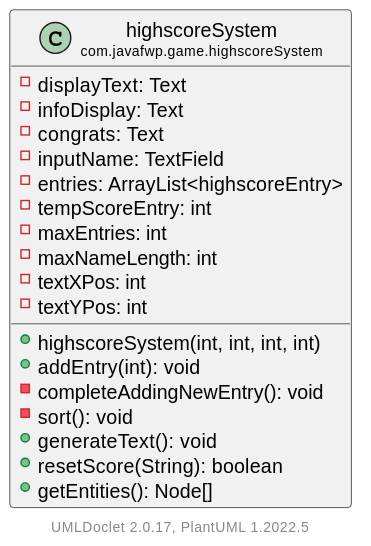
The PlantUML diagram javadoc/apidocs/com/javafwp/game/highscoreSystem/highscoreSystem.svg in SenpaiSimon/Java-FWP-AI-B6-Projekt, before a commit.
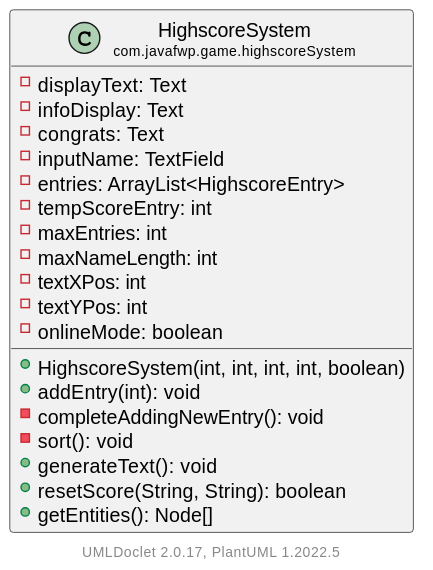
The same file after the commit.

Diff of the diagram source:
```diff
@@ -3,23 +3,24 @@
     hide empty fields
     hide empty methods
 
-    class "<size:14>highscoreSystem\n<size:10>com.javafwp.game.highscoreSystem" as com.javafwp.game.highscoreSystem.highscoreSystem [[highscoreSystem.html]] {
+    class "<size:14>HighscoreSystem\n<size:10>com.javafwp.game.highscoreSystem" as com.javafwp.game.highscoreSystem.HighscoreSystem [[highscoreSystem.html]] {
         -displayText: Text
         -infoDisplay: Text
         -congrats: Text
         -inputName: TextField
-        -entries: ArrayList<highscoreEntry>
+        -entries: ArrayList<HighscoreEntry>
         -tempScoreEntry: int
         -maxEntries: int
         -maxNameLength: int
         -textXPos: int
         -textYPos: int
-        +highscoreSystem(int, int, int, int)
+        -onlineMode: boolean
+        +HighscoreSystem(int, int, int, int, boolean)
         +addEntry(int): void
         -completeAddingNewEntry(): void
         -sort(): void
         +generateText(): void
-        +resetScore(String): boolean
+        +resetScore(String, String): boolean
         +getEntities(): Node[]
     }
 
```
